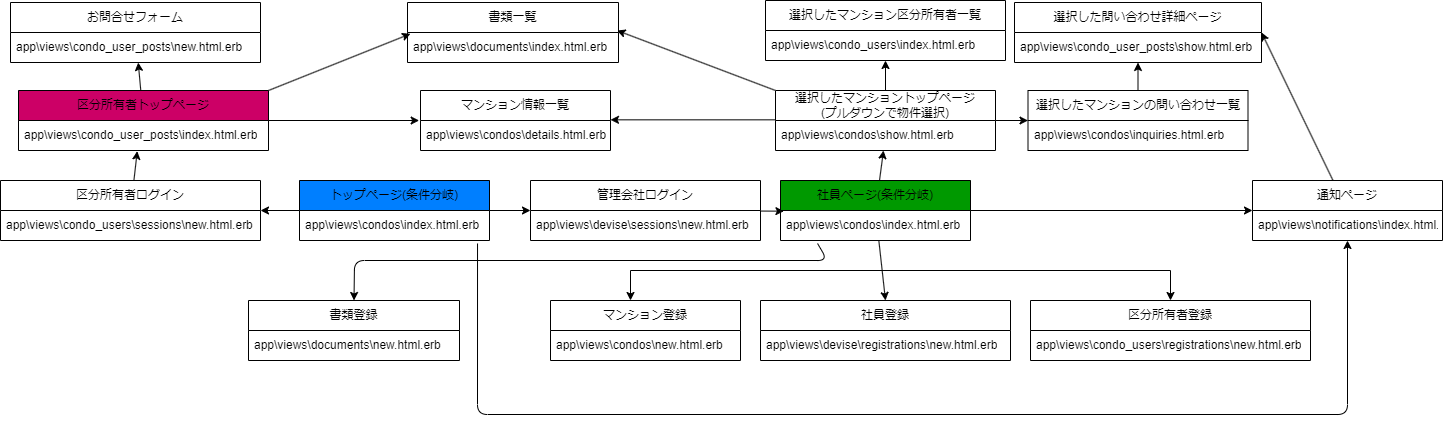
Above: STD.drawio.png in sumachanabc/Rem (draw.io), before the change. Source tidied: cells renumbered, new cells last; positions are measured from the earlier drawing's top-left corner, leaving out a move shared by most shapes.
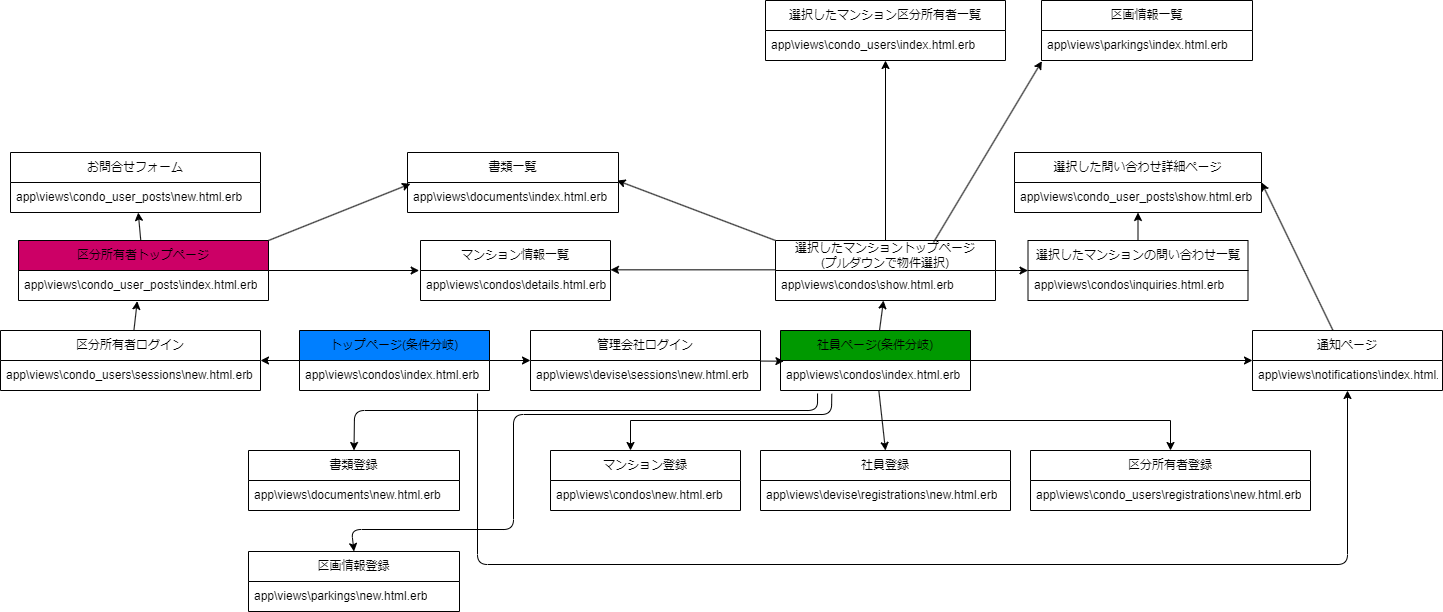
Later version of the same file.

What changed in the source:
```diff
@@ -84,7 +84,7 @@
       <mxGeometry y="30" width="250" height="30" as="geometry" />
     </mxCell>
     <mxCell id="29" value="選択したマンション区分所有者一覧" style="swimlane;fontStyle=0;horizontal=1;startSize=30;whiteSpace=wrap;html=1;" parent="1" vertex="1">
-      <mxGeometry x="765" width="240" height="60" as="geometry" />
+      <mxGeometry x="765" y="-150" width="240" height="60" as="geometry" />
     </mxCell>
     <mxCell id="30" value="app\views\condo_users\index.html.erb" style="text;strokeColor=none;fillColor=none;align=left;verticalAlign=middle;spacingLeft=4;spacingRight=4;overflow=hidden;points=[[0,0.5],[1,0.5]];portConstraint=eastwest;whiteSpace=wrap;html=1;" parent="29" vertex="1">
       <mxGeometry y="30" width="240" height="30" as="geometry" />
@@ -183,10 +183,35 @@
     <mxCell id="57" style="endArrow=classic;html=1;entryX=0.5;entryY=0;entryDx=0;entryDy=0;exitX=0.195;exitY=1.1;exitDx=0;exitDy=0;exitPerimeter=0;" parent="1" edge="1" source="15" target="55">
       <mxGeometry relative="1" as="geometry">
         <Array as="points">
-          <mxPoint x="827" y="260" />
+          <mxPoint x="817" y="260" />
           <mxPoint x="354" y="260" />
         </Array>
       </mxGeometry>
     </mxCell>
+    <mxCell id="58" style="endArrow=classic;html=1;exitX=0.27;exitY=1.111;exitDx=0;exitDy=0;exitPerimeter=0;entryX=0.5;entryY=0;entryDx=0;entryDy=0;" parent="1" edge="1" source="15" target="59">
+      <mxGeometry relative="1" as="geometry">
+        <Array as="points">
+          <mxPoint x="831" y="264" />
+          <mxPoint x="513" y="264" />
+          <mxPoint x="513" y="379" />
+          <mxPoint x="351" y="379" />
+        </Array>
+      </mxGeometry>
+    </mxCell>
+    <mxCell id="59" value="区画情報登録" style="swimlane;fontStyle=0;horizontal=1;startSize=30;whiteSpace=wrap;html=1;" parent="1" vertex="1">
+      <mxGeometry x="248" y="401" width="211" height="60" as="geometry" />
+    </mxCell>
+    <mxCell id="60" value="app\views\parkings\new.html.erb" style="text;strokeColor=none;fillColor=none;align=left;verticalAlign=middle;spacingLeft=4;spacingRight=4;overflow=hidden;whiteSpace=wrap;html=1;" parent="59" vertex="1">
+      <mxGeometry y="30" width="211" height="30" as="geometry" />
+    </mxCell>
+    <mxCell id="61" value="区画情報一覧" style="swimlane;fontStyle=0;horizontal=1;startSize=30;whiteSpace=wrap;html=1;" parent="1" vertex="1">
+      <mxGeometry x="1041" y="-150" width="211" height="60" as="geometry" />
+    </mxCell>
+    <mxCell id="62" value="app\views\parkings\index.html.erb" style="text;strokeColor=none;fillColor=none;align=left;verticalAlign=middle;spacingLeft=4;spacingRight=4;overflow=hidden;points=[[0,0.5],[1,0.5]];portConstraint=eastwest;whiteSpace=wrap;html=1;" parent="61" vertex="1">
+      <mxGeometry y="30" width="211" height="30" as="geometry" />
+    </mxCell>
+    <mxCell id="63" style="endArrow=classic;html=1;exitX=0.718;exitY=0.033;exitDx=0;exitDy=0;exitPerimeter=0;entryX=0.002;entryY=1.022;entryDx=0;entryDy=0;entryPerimeter=0;" parent="1" edge="1" source="20" target="62">
+      <mxGeometry relative="1" as="geometry" />
+    </mxCell>
   </root>
 </mxGraphModel>
```
